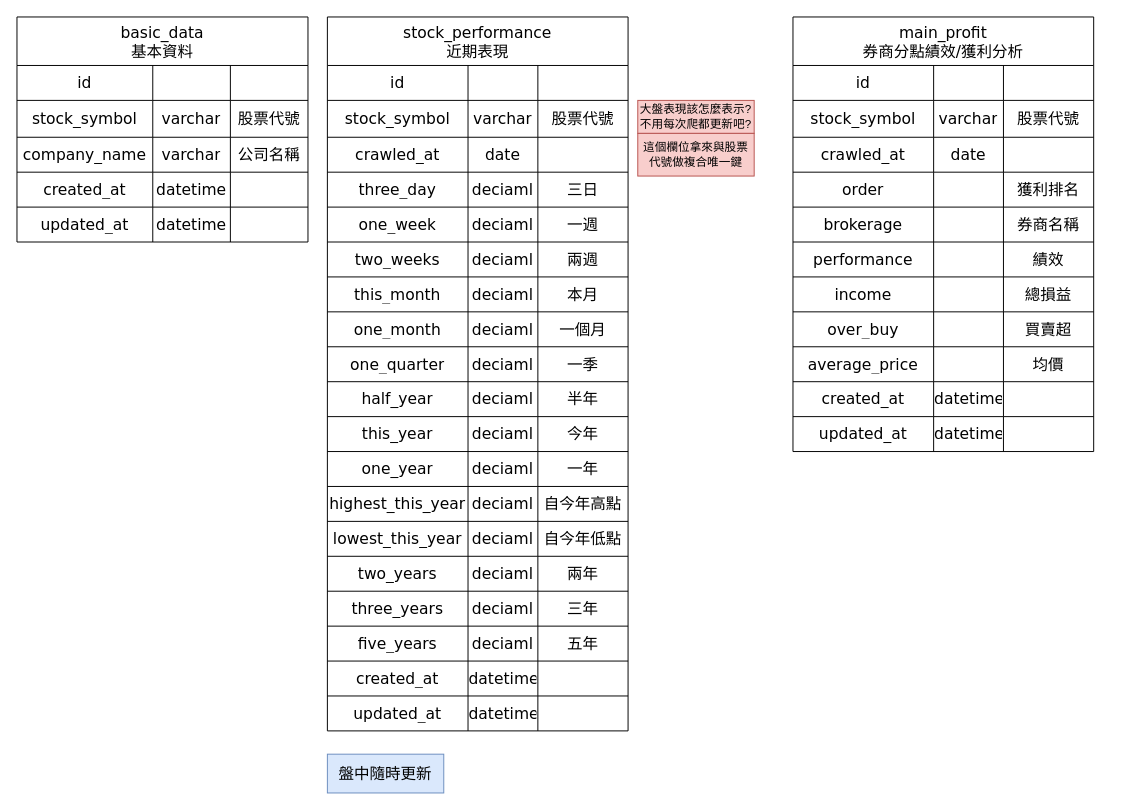
Above: page "近期表現" (2 of 2) of 作品集.drawio in charlieAJC/self-learing-python (draw.io), before the change. Source tidied: cells renumbered, new cells numbered last; positions are measured from the earlier drawing's top-left corner, leaving out a move shared by most shapes. Both pictures are drawn from the tidied source at 97%, with x=0, y=0 at pixel (16, 16).
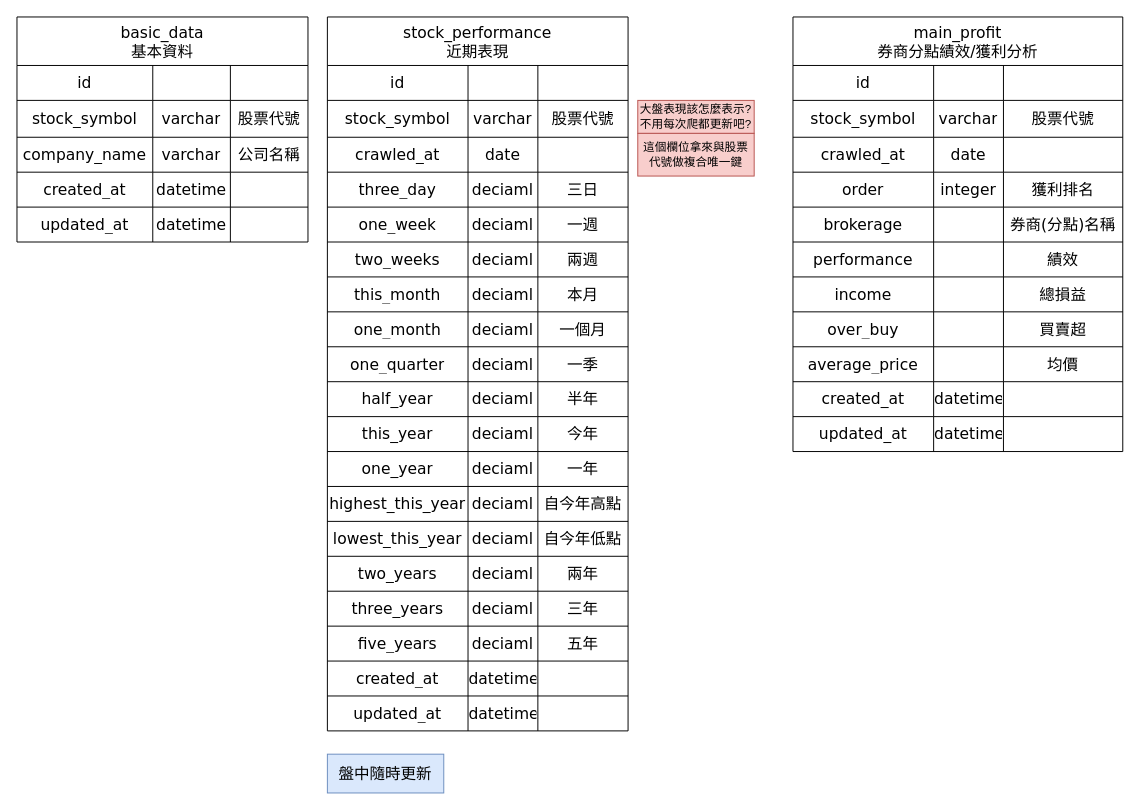
The same page after the edit.

What changed in the source:
```diff
@@
     <mxCell id="102" value="main_profit&#10;券商分點績效/獲利分析" style="shape=table;startSize=50;childLayout=tableLayout;fontStyle=0;align=center;fontFamily=Verdana;fontSize=16;" parent="1" vertex="1">
-      <mxGeometry x="800" width="310" height="448" as="geometry" />
+      <mxGeometry x="800" width="340" height="448" as="geometry" />
     </mxCell>
     <mxCell id="103" style="shape=partialRectangle;html=1;whiteSpace=wrap;fillColor=none;top=0;left=0;bottom=0;right=0;fontFamily=Verdana;fontSize=16;" parent="102" vertex="1">
-      <mxGeometry y="50" width="310" height="36" as="geometry" />
+      <mxGeometry y="50" width="340" height="36" as="geometry" />
     </mxCell>
@@
     <mxCell id="106" style="shape=partialRectangle;html=1;whiteSpace=wrap;fillColor=none;top=0;left=0;bottom=0;right=0;overflow=hidden;fontFamily=Verdana;fontSize=16;" parent="103" vertex="1">
-      <mxGeometry x="217" width="93" height="36" as="geometry" />
+      <mxGeometry x="217" width="123" height="36" as="geometry" />
     </mxCell>
     <mxCell id="107" style="shape=partialRectangle;html=1;whiteSpace=wrap;fillColor=none;top=0;left=0;bottom=0;right=0;fontFamily=Verdana;fontSize=16;" parent="102" vertex="1">
-      <mxGeometry y="86" width="310" height="38" as="geometry" />
+      <mxGeometry y="86" width="340" height="38" as="geometry" />
     </mxCell>
@@
     <mxCell id="110" value="股票代號" style="shape=partialRectangle;html=1;whiteSpace=wrap;fillColor=none;top=0;left=0;bottom=0;right=0;overflow=hidden;fontFamily=Verdana;fontSize=16;" parent="107" vertex="1">
-      <mxGeometry x="217" width="93" height="38" as="geometry" />
+      <mxGeometry x="217" width="123" height="38" as="geometry" />
     </mxCell>
     <mxCell id="111" style="shape=partialRectangle;html=1;whiteSpace=wrap;fillColor=none;top=0;left=0;bottom=0;right=0;fontFamily=Verdana;fontSize=16;" parent="102" vertex="1">
-      <mxGeometry y="124" width="310" height="36" as="geometry" />
+      <mxGeometry y="124" width="340" height="36" as="geometry" />
     </mxCell>
@@
     <mxCell id="114" style="shape=partialRectangle;html=1;whiteSpace=wrap;fillColor=none;top=0;left=0;bottom=0;right=0;overflow=hidden;fontFamily=Verdana;fontSize=16;" parent="111" vertex="1">
-      <mxGeometry x="217" width="93" height="36" as="geometry" />
+      <mxGeometry x="217" width="123" height="36" as="geometry" />
     </mxCell>
     <mxCell id="115" style="shape=partialRectangle;html=1;whiteSpace=wrap;fillColor=none;top=0;left=0;bottom=0;right=0;fontFamily=Verdana;fontSize=16;" parent="102" vertex="1">
-      <mxGeometry y="160" width="310" height="36" as="geometry" />
+      <mxGeometry y="160" width="340" height="36" as="geometry" />
     </mxCell>
@@
-    <mxCell id="117" style="shape=partialRectangle;html=1;whiteSpace=wrap;fillColor=none;top=0;left=0;bottom=0;right=0;overflow=hidden;fontFamily=Verdana;fontSize=16;" parent="115" vertex="1">
+    <mxCell id="117" value="integer" style="shape=partialRectangle;html=1;whiteSpace=wrap;fillColor=none;top=0;left=0;bottom=0;right=0;overflow=hidden;fontFamily=Verdana;fontSize=16;" parent="115" vertex="1">
       <mxGeometry x="145" width="72" height="36" as="geometry" />
     </mxCell>
     <mxCell id="118" value="獲利排名" style="shape=partialRectangle;html=1;whiteSpace=wrap;fillColor=none;top=0;left=0;bottom=0;right=0;overflow=hidden;fontFamily=Verdana;fontSize=16;" parent="115" vertex="1">
-      <mxGeometry x="217" width="93" height="36" as="geometry" />
+      <mxGeometry x="217" width="123" height="36" as="geometry" />
     </mxCell>
     <mxCell id="119" style="shape=partialRectangle;html=1;whiteSpace=wrap;fillColor=none;top=0;left=0;bottom=0;right=0;fontFamily=Verdana;fontSize=16;" parent="102" vertex="1">
-      <mxGeometry y="196" width="310" height="36" as="geometry" />
+      <mxGeometry y="196" width="340" height="36" as="geometry" />
     </mxCell>
@@
-    <mxCell id="122" value="券商名稱" style="shape=partialRectangle;html=1;whiteSpace=wrap;fillColor=none;top=0;left=0;bottom=0;right=0;overflow=hidden;fontFamily=Verdana;fontSize=16;" parent="119" vertex="1">
-      <mxGeometry x="217" width="93" height="36" as="geometry" />
+    <mxCell id="122" value="券商(分點)名稱" style="shape=partialRectangle;html=1;whiteSpace=wrap;fillColor=none;top=0;left=0;bottom=0;right=0;overflow=hidden;fontFamily=Verdana;fontSize=16;" parent="119" vertex="1">
+      <mxGeometry x="217" width="123" height="36" as="geometry" />
     </mxCell>
     <mxCell id="123" style="shape=partialRectangle;html=1;whiteSpace=wrap;fillColor=none;top=0;left=0;bottom=0;right=0;fontFamily=Verdana;fontSize=16;" parent="102" vertex="1">
-      <mxGeometry y="232" width="310" height="36" as="geometry" />
+      <mxGeometry y="232" width="340" height="36" as="geometry" />
     </mxCell>
@@
     <mxCell id="126" value="績效" style="shape=partialRectangle;html=1;whiteSpace=wrap;fillColor=none;top=0;left=0;bottom=0;right=0;overflow=hidden;fontFamily=Verdana;fontSize=16;" parent="123" vertex="1">
-      <mxGeometry x="217" width="93" height="36" as="geometry" />
+      <mxGeometry x="217" width="123" height="36" as="geometry" />
     </mxCell>
     <mxCell id="127" style="shape=partialRectangle;html=1;whiteSpace=wrap;fillColor=none;top=0;left=0;bottom=0;right=0;fontFamily=Verdana;fontSize=16;" parent="102" vertex="1">
-      <mxGeometry y="268" width="310" height="36" as="geometry" />
+      <mxGeometry y="268" width="340" height="36" as="geometry" />
     </mxCell>
@@
     <mxCell id="130" value="總損益" style="shape=partialRectangle;html=1;whiteSpace=wrap;fillColor=none;top=0;left=0;bottom=0;right=0;overflow=hidden;fontFamily=Verdana;fontSize=16;" parent="127" vertex="1">
-      <mxGeometry x="217" width="93" height="36" as="geometry" />
+      <mxGeometry x="217" width="123" height="36" as="geometry" />
     </mxCell>
     <mxCell id="131" style="shape=partialRectangle;html=1;whiteSpace=wrap;fillColor=none;top=0;left=0;bottom=0;right=0;fontFamily=Verdana;fontSize=16;" parent="102" vertex="1">
-      <mxGeometry y="304" width="310" height="36" as="geometry" />
+      <mxGeometry y="304" width="340" height="36" as="geometry" />
     </mxCell>
@@
     <mxCell id="134" value="買賣超" style="shape=partialRectangle;html=1;whiteSpace=wrap;fillColor=none;top=0;left=0;bottom=0;right=0;overflow=hidden;fontFamily=Verdana;fontSize=16;" parent="131" vertex="1">
-      <mxGeometry x="217" width="93" height="36" as="geometry" />
+      <mxGeometry x="217" width="123" height="36" as="geometry" />
     </mxCell>
     <mxCell id="135" style="shape=partialRectangle;html=1;whiteSpace=wrap;fillColor=none;top=0;left=0;bottom=0;right=0;fontFamily=Verdana;fontSize=16;" parent="102" vertex="1">
-      <mxGeometry y="340" width="310" height="36" as="geometry" />
+      <mxGeometry y="340" width="340" height="36" as="geometry" />
     </mxCell>
@@
     <mxCell id="138" value="均價" style="shape=partialRectangle;html=1;whiteSpace=wrap;fillColor=none;top=0;left=0;bottom=0;right=0;overflow=hidden;fontFamily=Verdana;fontSize=16;" parent="135" vertex="1">
-      <mxGeometry x="217" width="93" height="36" as="geometry" />
+      <mxGeometry x="217" width="123" height="36" as="geometry" />
     </mxCell>
     <mxCell id="139" style="shape=partialRectangle;html=1;whiteSpace=wrap;fillColor=none;top=0;left=0;bottom=0;right=0;fontFamily=Verdana;fontSize=16;" parent="102" vertex="1">
-      <mxGeometry y="376" width="310" height="36" as="geometry" />
+      <mxGeometry y="376" width="340" height="36" as="geometry" />
     </mxCell>
@@
     <mxCell id="142" style="shape=partialRectangle;html=1;whiteSpace=wrap;fillColor=none;top=0;left=0;bottom=0;right=0;overflow=hidden;fontFamily=Verdana;fontSize=16;" parent="139" vertex="1">
-      <mxGeometry x="217" width="93" height="36" as="geometry" />
+      <mxGeometry x="217" width="123" height="36" as="geometry" />
     </mxCell>
     <mxCell id="143" style="shape=partialRectangle;html=1;whiteSpace=wrap;fillColor=none;top=0;left=0;bottom=0;right=0;fontFamily=Verdana;fontSize=16;" parent="102" vertex="1">
-      <mxGeometry y="412" width="310" height="36" as="geometry" />
+      <mxGeometry y="412" width="340" height="36" as="geometry" />
     </mxCell>
@@
     <mxCell id="146" style="shape=partialRectangle;html=1;whiteSpace=wrap;fillColor=none;top=0;left=0;bottom=0;right=0;overflow=hidden;fontFamily=Verdana;fontSize=16;" parent="143" vertex="1">
-      <mxGeometry x="217" width="93" height="36" as="geometry" />
+      <mxGeometry x="217" width="123" height="36" as="geometry" />
     </mxCell>
```
